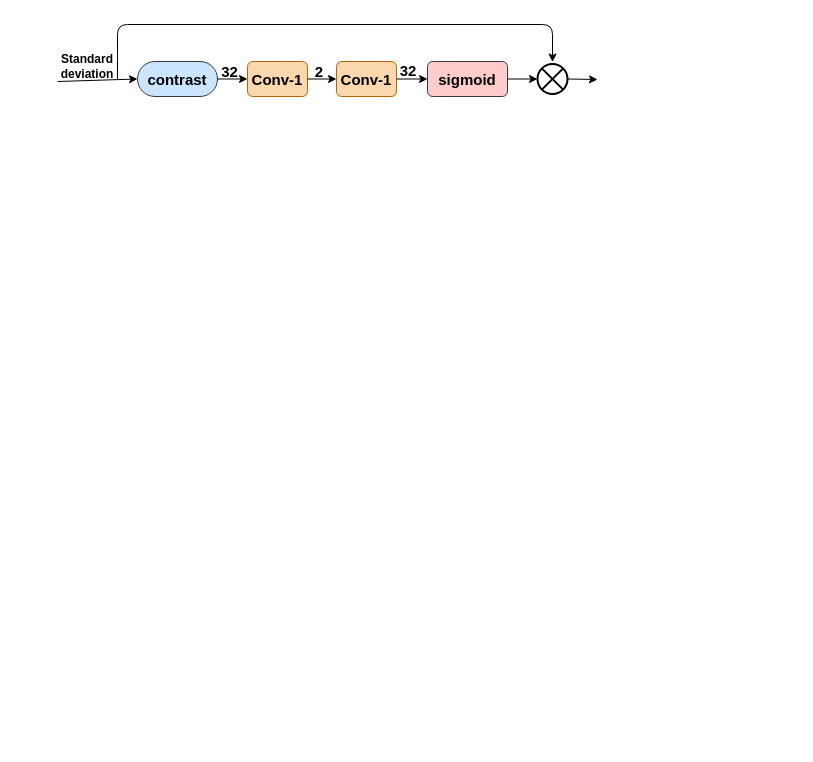
Before: cca.drawio in JiaqianLi/TEST, a draw.io diagram. Source tidied: cells renumbered, new cells numbered last; positions are measured from the earlier drawing's top-left corner, leaving out a move shared by most shapes. Both pictures are drawn from the tidied source at 100%, with x=0, y=0 at pixel (17, 24).
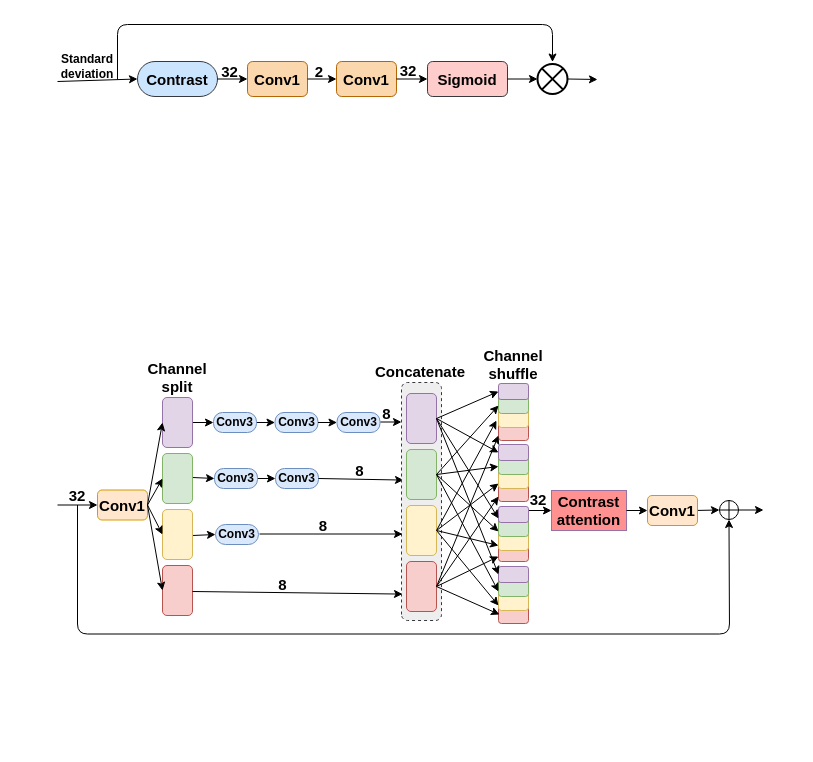
Above is the later version.

Change to the diagram source:
```diff
@@
-    <mxCell id="8" value="&lt;b style=&quot;font-size: 15px ; white-space: normal&quot;&gt;Conv-1&lt;/b&gt;" style="rounded=1;whiteSpace=wrap;html=1;fillColor=#fad7ac;strokeColor=#b46504;rotation=0;direction=north;" parent="1" vertex="1">
+    <mxCell id="8" value="&lt;b style=&quot;font-size: 15px ; white-space: normal&quot;&gt;Conv1&lt;/b&gt;" style="rounded=1;whiteSpace=wrap;html=1;fillColor=#fad7ac;strokeColor=#b46504;rotation=0;direction=north;" parent="1" vertex="1">
       <mxGeometry x="319" y="37" width="60" height="35" as="geometry" />
     </mxCell>
-    <mxCell id="9" value="&lt;font style=&quot;font-size: 15px&quot;&gt;&lt;b&gt;sigmoid&lt;/b&gt;&lt;/font&gt;" style="rounded=1;whiteSpace=wrap;html=1;fillColor=#ffcccc;strokeColor=#36393d;" parent="1" vertex="1">
+    <mxCell id="9" value="&lt;font style=&quot;font-size: 15px&quot;&gt;&lt;b&gt;Sigmoid&lt;/b&gt;&lt;/font&gt;" style="rounded=1;whiteSpace=wrap;html=1;fillColor=#ffcccc;strokeColor=#36393d;" parent="1" vertex="1">
       <mxGeometry x="410" y="37" width="80" height="35" as="geometry" />
     </mxCell>
-    <mxCell id="10" value="&lt;b style=&quot;font-size: 15px ; white-space: normal&quot;&gt;Conv-1&lt;/b&gt;" style="rounded=1;whiteSpace=wrap;html=1;fillColor=#fad7ac;strokeColor=#b46504;rotation=0;direction=north;" parent="1" vertex="1">
+    <mxCell id="10" value="&lt;b style=&quot;font-size: 15px ; white-space: normal&quot;&gt;Conv1&lt;/b&gt;" style="rounded=1;whiteSpace=wrap;html=1;fillColor=#fad7ac;strokeColor=#b46504;rotation=0;direction=north;" parent="1" vertex="1">
       <mxGeometry x="230" y="37" width="60" height="35" as="geometry" />
     </mxCell>
-    <mxCell id="11" value="&lt;font style=&quot;font-size: 15px&quot;&gt;&lt;b&gt;contrast&lt;/b&gt;&lt;/font&gt;" style="rounded=1;whiteSpace=wrap;html=1;fillColor=#cce5ff;strokeColor=#36393d;arcSize=50;" parent="1" vertex="1">
+    <mxCell id="11" value="&lt;font style=&quot;font-size: 15px&quot;&gt;&lt;b&gt;Contrast&lt;/b&gt;&lt;/font&gt;" style="rounded=1;whiteSpace=wrap;html=1;fillColor=#cce5ff;strokeColor=#36393d;arcSize=50;" parent="1" vertex="1">
       <mxGeometry x="120" y="37" width="80" height="35" as="geometry" />
     </mxCell>
@@
+    <mxCell id="18" style="group;rotation=-90;" parent="1" vertex="1">
+      <mxGeometry x="170" y="112" width="566" height="651" as="geometry" />
+    </mxCell>
+    <mxCell id="19" style="rounded=1;whiteSpace=wrap;html=1;fillColor=#f8cecc;strokeColor=#b85450;rotation=-90;" parent="18" vertex="1">
+      <mxGeometry x="-35" y="439" width="50" height="30" as="geometry" />
+    </mxCell>
+    <mxCell id="20" style="endArrow=classic;html=1;exitX=0.5;exitY=1;exitDx=0;exitDy=0;strokeWidth=1;entryX=0.111;entryY=0.025;entryDx=0;entryDy=0;entryPerimeter=0;" parent="18" edge="1" target="48">
+      <mxGeometry relative="1" as="geometry">
+        <mxPoint x="5" y="455" as="sourcePoint" />
+      </mxGeometry>
+    </mxCell>
+    <mxCell id="21" style="endArrow=classic;html=1;exitX=0.022;exitY=1.1;exitDx=0;exitDy=0;exitPerimeter=0;strokeWidth=1;entryX=0;entryY=0.5;entryDx=0;entryDy=0;" parent="18" edge="1" target="22">
+      <mxGeometry relative="1" as="geometry">
+        <mxPoint x="5" y="399" as="sourcePoint" />
+      </mxGeometry>
+    </mxCell>
+    <mxCell id="22" value="&lt;b&gt;Conv3&lt;/b&gt;" style="rounded=1;whiteSpace=wrap;html=1;fillColor=#dae8fc;strokeColor=#6c8ebf;arcSize=50;rotation=0;" parent="18" vertex="1">
+      <mxGeometry x="28" y="388" width="43" height="20" as="geometry" />
+    </mxCell>
+    <mxCell id="23" style="endArrow=classic;html=1;exitX=0.022;exitY=1.1;exitDx=0;exitDy=0;exitPerimeter=0;strokeWidth=1;entryX=0;entryY=0.5;entryDx=0;entryDy=0;" parent="18" edge="1" target="34">
+      <mxGeometry relative="1" as="geometry">
+        <mxPoint x="5" y="341" as="sourcePoint" />
+      </mxGeometry>
+    </mxCell>
+    <mxCell id="24" style="endArrow=classic;html=1;exitX=0.5;exitY=1;exitDx=0;exitDy=0;strokeWidth=1;entryX=0;entryY=0.5;entryDx=0;entryDy=0;" parent="18" edge="1" source="33" target="35">
+      <mxGeometry relative="1" as="geometry" />
+    </mxCell>
+    <mxCell id="25" style="endArrow=classic;html=1;strokeWidth=1;entryX=0;entryY=0.5;entryDx=0;entryDy=0;exitX=1;exitY=0.5;exitDx=0;exitDy=0;" parent="18" edge="1" source="35" target="26">
+      <mxGeometry relative="1" as="geometry" />
+    </mxCell>
+    <mxCell id="26" value="&lt;b&gt;Conv3&lt;/b&gt;" style="rounded=1;whiteSpace=wrap;html=1;fillColor=#dae8fc;strokeColor=#6c8ebf;arcSize=45;rotation=0;" parent="18" vertex="1">
+      <mxGeometry x="87.5" y="276" width="43" height="20" as="geometry" />
+    </mxCell>
+    <mxCell id="27" style="endArrow=classic;html=1;strokeWidth=1;entryX=0;entryY=0.5;entryDx=0;entryDy=0;exitX=1;exitY=0.5;exitDx=0;exitDy=0;" parent="18" edge="1" source="34" target="28">
+      <mxGeometry relative="1" as="geometry" />
+    </mxCell>
+    <mxCell id="28" value="&lt;b&gt;Conv3&lt;/b&gt;" style="rounded=1;whiteSpace=wrap;html=1;fillColor=#dae8fc;strokeColor=#6c8ebf;arcSize=45;rotation=0;" parent="18" vertex="1">
+      <mxGeometry x="88" y="332" width="43" height="20" as="geometry" />
+    </mxCell>
+    <mxCell id="29" style="endArrow=classic;html=1;exitX=1;exitY=0.5;exitDx=0;exitDy=0;strokeWidth=1;entryX=0;entryY=0.5;entryDx=0;entryDy=0;" parent="18" edge="1" source="26" target="30">
+      <mxGeometry relative="1" as="geometry" />
+    </mxCell>
+    <mxCell id="30" value="&lt;b&gt;Conv3&lt;/b&gt;" style="rounded=1;whiteSpace=wrap;html=1;fillColor=#dae8fc;strokeColor=#6c8ebf;arcSize=45;rotation=0;" parent="18" vertex="1">
+      <mxGeometry x="149.5" y="276" width="43" height="20" as="geometry" />
+    </mxCell>
+    <mxCell id="31" style="rounded=1;whiteSpace=wrap;html=1;fillColor=#fff2cc;strokeColor=#d6b656;rotation=-90;" parent="18" vertex="1">
+      <mxGeometry x="-35" y="383" width="50" height="30" as="geometry" />
+    </mxCell>
+    <mxCell id="32" style="rounded=1;whiteSpace=wrap;html=1;fillColor=#d5e8d4;strokeColor=#82b366;rotation=-90;" parent="18" vertex="1">
+      <mxGeometry x="-35" y="327" width="50" height="30" as="geometry" />
+    </mxCell>
+    <mxCell id="33" style="rounded=1;whiteSpace=wrap;html=1;fillColor=#e1d5e7;strokeColor=#9673a6;rotation=-90;" parent="18" vertex="1">
+      <mxGeometry x="-35" y="271" width="50" height="30" as="geometry" />
+    </mxCell>
+    <mxCell id="34" value="&lt;b&gt;Conv3&lt;/b&gt;" style="rounded=1;whiteSpace=wrap;html=1;fillColor=#dae8fc;strokeColor=#6c8ebf;arcSize=45;rotation=0;" parent="18" vertex="1">
+      <mxGeometry x="27" y="332" width="43" height="20" as="geometry" />
+    </mxCell>
+    <mxCell id="35" value="&lt;b&gt;Conv3&lt;/b&gt;" style="rounded=1;whiteSpace=wrap;html=1;fillColor=#dae8fc;strokeColor=#6c8ebf;arcSize=45;rotation=0;" parent="18" vertex="1">
+      <mxGeometry x="26" y="276" width="43" height="20" as="geometry" />
+    </mxCell>
+    <mxCell id="36" style="endArrow=classic;html=1;exitX=1;exitY=0.5;exitDx=0;exitDy=0;strokeWidth=1;entryX=0.59;entryY=0.05;entryDx=0;entryDy=0;entryPerimeter=0;" parent="18" edge="1" source="28" target="48">
+      <mxGeometry relative="1" as="geometry" />
+    </mxCell>
+    <mxCell id="37" style="endArrow=classic;html=1;exitX=0.022;exitY=1.1;exitDx=0;exitDy=0;exitPerimeter=0;strokeWidth=1;entryX=0;entryY=0.5;entryDx=0;entryDy=0;" parent="18" edge="1" target="38">
+      <mxGeometry relative="1" as="geometry">
+        <mxPoint x="340" y="374" as="sourcePoint" />
+      </mxGeometry>
+    </mxCell>
+    <mxCell id="38" value="&lt;b&gt;&lt;font style=&quot;font-size: 15px&quot;&gt;Contrast &lt;br&gt;attention&lt;/font&gt;&lt;/b&gt;" style="rounded=0;whiteSpace=wrap;html=1;fillColor=#FF9191;strokeColor=#9673a6;rotation=0;" parent="18" vertex="1">
+      <mxGeometry x="364" y="354" width="75" height="40" as="geometry" />
+    </mxCell>
+    <mxCell id="39" style="shape=orEllipse;perimeter=ellipsePerimeter;whiteSpace=wrap;html=1;backgroundOutline=1;rotation=-90;" parent="18" vertex="1">
+      <mxGeometry x="532" y="364" width="19" height="19" as="geometry" />
+    </mxCell>
+    <mxCell id="40" style="endArrow=classic;html=1;strokeWidth=1;entryX=0.5;entryY=0;entryDx=0;entryDy=0;exitX=1;exitY=0.5;exitDx=0;exitDy=0;" parent="18" edge="1" target="39">
+      <mxGeometry relative="1" as="geometry">
+        <mxPoint x="506" y="374" as="sourcePoint" />
+      </mxGeometry>
+    </mxCell>
+    <mxCell id="41" value="&lt;b&gt;&lt;font style=&quot;font-size: 15px&quot;&gt;Channel&lt;br&gt;split&lt;/font&gt;&lt;/b&gt;" style="rounded=0;whiteSpace=wrap;html=1;strokeColor=none;fillColor=none;rotation=0;" parent="18" vertex="1">
+      <mxGeometry x="-70" y="211" width="120" height="60" as="geometry" />
+    </mxCell>
+    <mxCell id="42" value="&lt;b&gt;&lt;font style=&quot;font-size: 15px&quot;&gt;Channel &lt;br&gt;shuffle&lt;/font&gt;&lt;/b&gt;" style="rounded=0;whiteSpace=wrap;html=1;strokeColor=none;fillColor=none;rotation=0;" parent="18" vertex="1">
+      <mxGeometry x="266" y="198" width="120" height="60" as="geometry" />
+    </mxCell>
+    <mxCell id="43" value="&lt;b&gt;&lt;font style=&quot;font-size: 15px&quot;&gt;Concatenate&lt;/font&gt;&lt;/b&gt;" style="rounded=0;whiteSpace=wrap;html=1;strokeColor=none;fillColor=none;rotation=0;" parent="18" vertex="1">
+      <mxGeometry x="173" y="205" width="120" height="60" as="geometry" />
+    </mxCell>
+    <mxCell id="44" style="endArrow=classic;html=1;strokeWidth=1;exitX=0.5;exitY=1;exitDx=0;exitDy=0;" parent="18" edge="1" source="39">
+      <mxGeometry relative="1" as="geometry">
+        <mxPoint x="576" y="373.5" as="targetPoint" />
+      </mxGeometry>
+    </mxCell>
+    <mxCell id="45" value="&lt;b&gt;&lt;font style=&quot;font-size: 15px&quot;&gt;8&lt;/font&gt;&lt;/b&gt;" style="rounded=0;whiteSpace=wrap;html=1;strokeColor=none;fillColor=none;rotation=0;" parent="18" vertex="1">
+      <mxGeometry x="63" y="431" width="65" height="34" as="geometry" />
+    </mxCell>
+    <mxCell id="46" value="&lt;b&gt;&lt;font style=&quot;font-size: 15px&quot;&gt;8&lt;/font&gt;&lt;/b&gt;" style="rounded=0;whiteSpace=wrap;html=1;strokeColor=none;fillColor=none;rotation=0;" parent="18" vertex="1">
+      <mxGeometry x="154.5" y="323.5" width="35" height="21" as="geometry" />
+    </mxCell>
+    <mxCell id="47" style="group;rotation=-90;" parent="18" vertex="1">
+      <mxGeometry x="167" y="285" width="241" height="162" as="geometry" />
+    </mxCell>
+    <mxCell id="48" style="rounded=1;whiteSpace=wrap;html=1;fillColor=#eeeeee;dashed=1;strokeColor=#36393d;rotation=-90;" parent="47" vertex="1">
+      <mxGeometry x="-52" y="60" width="238" height="40" as="geometry" />
+    </mxCell>
+    <mxCell id="49" style="endArrow=classic;html=1;strokeWidth=1;" parent="47" edge="1">
+      <mxGeometry relative="1" as="geometry">
+        <mxPoint x="26" y="0.5" as="sourcePoint" />
+        <mxPoint x="47" y="0.5" as="targetPoint" />
+      </mxGeometry>
+    </mxCell>
+    <mxCell id="50" style="rounded=1;whiteSpace=wrap;html=1;fillColor=#f8cecc;strokeColor=#b85450;rotation=-90;" parent="47" vertex="1">
+      <mxGeometry x="149" y="177" width="20" height="30" as="geometry" />
+    </mxCell>
+    <mxCell id="51" style="rounded=1;whiteSpace=wrap;html=1;fillColor=#fff2cc;strokeColor=#d6b656;rotation=-90;" parent="47" vertex="1">
+      <mxGeometry x="149" y="164" width="20" height="30" as="geometry" />
+    </mxCell>
+    <mxCell id="52" style="rounded=1;whiteSpace=wrap;html=1;fillColor=#d5e8d4;strokeColor=#82b366;rotation=-90;" parent="47" vertex="1">
+      <mxGeometry x="149" y="150" width="20" height="30" as="geometry" />
+    </mxCell>
+    <mxCell id="53" style="rounded=1;whiteSpace=wrap;html=1;fillColor=#e1d5e7;strokeColor=#9673a6;rotation=-90;" parent="47" vertex="1">
+      <mxGeometry x="151" y="138" width="16" height="30" as="geometry" />
+    </mxCell>
+    <mxCell id="54" style="rounded=1;whiteSpace=wrap;html=1;fillColor=#f8cecc;strokeColor=#b85450;rotation=-90;" parent="47" vertex="1">
+      <mxGeometry x="149" y="115" width="20" height="30" as="geometry" />
+    </mxCell>
+    <mxCell id="55" style="rounded=1;whiteSpace=wrap;html=1;fillColor=#fff2cc;strokeColor=#d6b656;rotation=-90;" parent="47" vertex="1">
+      <mxGeometry x="149" y="104" width="20" height="30" as="geometry" />
+    </mxCell>
+    <mxCell id="56" style="rounded=1;whiteSpace=wrap;html=1;fillColor=#d5e8d4;strokeColor=#82b366;rotation=-90;" parent="47" vertex="1">
+      <mxGeometry x="149" y="90" width="20" height="30" as="geometry" />
+    </mxCell>
+    <mxCell id="57" style="rounded=1;whiteSpace=wrap;html=1;fillColor=#e1d5e7;strokeColor=#9673a6;rotation=-90;" parent="47" vertex="1">
+      <mxGeometry x="151" y="78" width="16" height="30" as="geometry" />
+    </mxCell>
+    <mxCell id="58" style="rounded=1;whiteSpace=wrap;html=1;fillColor=#f8cecc;strokeColor=#b85450;rotation=-90;" parent="47" vertex="1">
+      <mxGeometry x="149" y="55" width="20" height="30" as="geometry" />
+    </mxCell>
+    <mxCell id="59" style="rounded=1;whiteSpace=wrap;html=1;fillColor=#fff2cc;strokeColor=#d6b656;rotation=-90;" parent="47" vertex="1">
+      <mxGeometry x="149" y="42" width="20" height="30" as="geometry" />
+    </mxCell>
+    <mxCell id="60" style="rounded=1;whiteSpace=wrap;html=1;fillColor=#d5e8d4;strokeColor=#82b366;rotation=-90;" parent="47" vertex="1">
+      <mxGeometry x="149" y="28" width="20" height="30" as="geometry" />
+    </mxCell>
+    <mxCell id="61" style="rounded=1;whiteSpace=wrap;html=1;fillColor=#e1d5e7;strokeColor=#9673a6;rotation=-90;" parent="47" vertex="1">
+      <mxGeometry x="151" y="16" width="16" height="30" as="geometry" />
+    </mxCell>
+    <mxCell id="62" style="rounded=1;whiteSpace=wrap;html=1;fillColor=#f8cecc;strokeColor=#b85450;rotation=-90;" parent="47" vertex="1">
+      <mxGeometry x="149" y="-6" width="20" height="30" as="geometry" />
+    </mxCell>
+    <mxCell id="63" style="rounded=1;whiteSpace=wrap;html=1;fillColor=#fff2cc;strokeColor=#d6b656;rotation=-90;" parent="47" vertex="1">
+      <mxGeometry x="149" y="-19" width="20" height="30" as="geometry" />
+    </mxCell>
+    <mxCell id="64" style="rounded=1;whiteSpace=wrap;html=1;fillColor=#d5e8d4;strokeColor=#82b366;rotation=-90;" parent="47" vertex="1">
+      <mxGeometry x="149" y="-33" width="20" height="30" as="geometry" />
+    </mxCell>
+    <mxCell id="65" style="rounded=1;whiteSpace=wrap;html=1;fillColor=#e1d5e7;strokeColor=#9673a6;rotation=-90;" parent="47" vertex="1">
+      <mxGeometry x="151" y="-45" width="16" height="30" as="geometry" />
+    </mxCell>
+    <mxCell id="66" style="endArrow=classic;html=1;strokeWidth=1;exitX=0.5;exitY=1;exitDx=0;exitDy=0;entryX=-0.2;entryY=0.033;entryDx=0;entryDy=0;entryPerimeter=0;" parent="47" edge="1" source="68" target="51">
+      <mxGeometry relative="1" as="geometry" />
+    </mxCell>
+    <mxCell id="67" style="endArrow=classic;html=1;strokeWidth=1;exitX=0.5;exitY=1;exitDx=0;exitDy=0;entryX=0.25;entryY=0;entryDx=0;entryDy=0;" parent="47" edge="1" source="69" target="51">
+      <mxGeometry relative="1" as="geometry" />
+    </mxCell>
+    <mxCell id="68" style="rounded=1;whiteSpace=wrap;html=1;fillColor=#f8cecc;strokeColor=#b85450;rotation=-90;" parent="47" vertex="1">
+      <mxGeometry x="42" y="150" width="50" height="30" as="geometry" />
+    </mxCell>
+    <mxCell id="69" style="rounded=1;whiteSpace=wrap;html=1;fillColor=#fff2cc;strokeColor=#d6b656;rotation=-90;" parent="47" vertex="1">
+      <mxGeometry x="42" y="94" width="50" height="30" as="geometry" />
+    </mxCell>
+    <mxCell id="70" style="rounded=1;whiteSpace=wrap;html=1;fillColor=#d5e8d4;strokeColor=#82b366;rotation=-90;" parent="47" vertex="1">
+      <mxGeometry x="42" y="38" width="50" height="30" as="geometry" />
+    </mxCell>
+    <mxCell id="71" style="rounded=1;whiteSpace=wrap;html=1;fillColor=#e1d5e7;strokeColor=#9673a6;rotation=-90;" parent="47" vertex="1">
+      <mxGeometry x="42" y="-18" width="50" height="30" as="geometry" />
+    </mxCell>
+    <mxCell id="72" style="endArrow=classic;html=1;strokeWidth=1;exitX=0.5;exitY=1;exitDx=0;exitDy=0;entryX=0.25;entryY=0;entryDx=0;entryDy=0;" parent="47" edge="1" source="70" target="52">
+      <mxGeometry relative="1" as="geometry" />
+    </mxCell>
+    <mxCell id="73" style="endArrow=classic;html=1;strokeWidth=1;exitX=0.5;exitY=1;exitDx=0;exitDy=0;entryX=0.5;entryY=0;entryDx=0;entryDy=0;" parent="47" edge="1" source="71" target="53">
+      <mxGeometry relative="1" as="geometry" />
+    </mxCell>
+    <mxCell id="74" style="endArrow=classic;html=1;strokeWidth=1;exitX=0.5;exitY=1;exitDx=0;exitDy=0;entryX=0.25;entryY=0;entryDx=0;entryDy=0;" parent="47" edge="1" source="68" target="54">
+      <mxGeometry relative="1" as="geometry" />
+    </mxCell>
+    <mxCell id="75" style="endArrow=classic;html=1;strokeWidth=1;exitX=0.5;exitY=1;exitDx=0;exitDy=0;entryX=0.25;entryY=0;entryDx=0;entryDy=0;" parent="47" edge="1" source="68" target="58">
+      <mxGeometry relative="1" as="geometry" />
+    </mxCell>
+    <mxCell id="76" style="endArrow=classic;html=1;strokeWidth=1;exitX=0.5;exitY=1;exitDx=0;exitDy=0;entryX=0.25;entryY=0;entryDx=0;entryDy=0;" parent="47" edge="1" source="68" target="62">
+      <mxGeometry relative="1" as="geometry" />
+    </mxCell>
+    <mxCell id="77" style="endArrow=classic;html=1;strokeWidth=1;exitX=0.5;exitY=1;exitDx=0;exitDy=0;entryX=0.25;entryY=0;entryDx=0;entryDy=0;" parent="47" edge="1" source="69" target="55">
+      <mxGeometry relative="1" as="geometry" />
+    </mxCell>
+    <mxCell id="78" style="endArrow=classic;html=1;strokeWidth=1;exitX=0.5;exitY=1;exitDx=0;exitDy=0;" parent="47" edge="1" source="69">
+      <mxGeometry relative="1" as="geometry">
+        <mxPoint x="144" y="62" as="targetPoint" />
+      </mxGeometry>
+    </mxCell>
+    <mxCell id="79" style="endArrow=classic;html=1;strokeWidth=1;exitX=0.5;exitY=1;exitDx=0;exitDy=0;" parent="47" edge="1" source="69">
+      <mxGeometry relative="1" as="geometry">
+        <mxPoint x="142" y="-1" as="targetPoint" />
+      </mxGeometry>
+    </mxCell>
+    <mxCell id="80" style="endArrow=classic;html=1;strokeWidth=1;exitX=0.5;exitY=1;exitDx=0;exitDy=0;entryX=0.25;entryY=0;entryDx=0;entryDy=0;" parent="47" edge="1" source="70" target="56">
+      <mxGeometry relative="1" as="geometry" />
+    </mxCell>
+    <mxCell id="81" style="endArrow=classic;html=1;strokeWidth=1;exitX=0.5;exitY=1;exitDx=0;exitDy=0;entryX=1.1;entryY=0;entryDx=0;entryDy=0;entryPerimeter=0;" parent="47" edge="1" source="70" target="59">
+      <mxGeometry relative="1" as="geometry" />
+    </mxCell>
+    <mxCell id="82" style="endArrow=classic;html=1;strokeWidth=1;exitX=0.5;exitY=1;exitDx=0;exitDy=0;entryX=1.1;entryY=0;entryDx=0;entryDy=0;entryPerimeter=0;" parent="47" edge="1" source="70" target="63">
+      <mxGeometry relative="1" as="geometry" />
+    </mxCell>
+    <mxCell id="83" style="endArrow=classic;html=1;strokeWidth=1;exitX=0.5;exitY=1;exitDx=0;exitDy=0;entryX=0.25;entryY=0;entryDx=0;entryDy=0;" parent="47" edge="1" source="71" target="57">
+      <mxGeometry relative="1" as="geometry" />
+    </mxCell>
+    <mxCell id="84" style="endArrow=classic;html=1;strokeWidth=1;exitX=0.5;exitY=1;exitDx=0;exitDy=0;entryX=0.5;entryY=0;entryDx=0;entryDy=0;" parent="47" edge="1" source="71" target="61">
+      <mxGeometry relative="1" as="geometry" />
+    </mxCell>
+    <mxCell id="85" style="endArrow=classic;html=1;strokeWidth=1;exitX=0.5;exitY=1;exitDx=0;exitDy=0;entryX=0.5;entryY=0;entryDx=0;entryDy=0;" parent="47" edge="1" source="71" target="65">
+      <mxGeometry relative="1" as="geometry" />
+    </mxCell>
+    <mxCell id="86" style="endArrow=classic;html=1;strokeWidth=1;" parent="47" edge="1">
+      <mxGeometry relative="1" as="geometry">
+        <mxPoint x="-95" y="112.5" as="sourcePoint" />
+        <mxPoint x="48" y="112.5" as="targetPoint" />
+      </mxGeometry>
+    </mxCell>
+    <mxCell id="87" value="&lt;span style=&quot;font-size: 15px&quot;&gt;&lt;b&gt;32&lt;/b&gt;&lt;/span&gt;" style="rounded=0;whiteSpace=wrap;html=1;strokeColor=none;fillColor=none;rotation=0;" parent="47" vertex="1">
+      <mxGeometry x="149" y="60" width="70" height="35" as="geometry" />
+    </mxCell>
+    <mxCell id="88" value="&lt;b&gt;&lt;font style=&quot;font-size: 15px&quot;&gt;Conv1&lt;/font&gt;&lt;/b&gt;" style="rounded=1;whiteSpace=wrap;html=1;fillColor=#ffe6cc;strokeColor=#d79b00;rotation=0;" parent="18" vertex="1">
+      <mxGeometry x="460" y="359" width="50" height="30" as="geometry" />
+    </mxCell>
+    <mxCell id="89" style="endArrow=classic;html=1;exitX=1;exitY=0.5;exitDx=0;exitDy=0;strokeWidth=1;entryX=0;entryY=0.5;entryDx=0;entryDy=0;" parent="18" edge="1" source="38" target="88">
+      <mxGeometry relative="1" as="geometry" />
+    </mxCell>
+    <mxCell id="90" value="&lt;b&gt;&lt;font style=&quot;font-size: 15px&quot;&gt;8&lt;/font&gt;&lt;/b&gt;" style="rounded=0;whiteSpace=wrap;html=1;strokeColor=none;fillColor=none;rotation=0;" parent="18" vertex="1">
+      <mxGeometry x="116" y="375" width="40" height="28" as="geometry" />
+    </mxCell>
+    <mxCell id="91" value="&lt;b&gt;&lt;font style=&quot;font-size: 15px&quot;&gt;8&lt;/font&gt;&lt;/b&gt;" style="rounded=0;whiteSpace=wrap;html=1;strokeColor=none;fillColor=none;rotation=0;" parent="18" vertex="1">
+      <mxGeometry x="185" y="265" width="29" height="24" as="geometry" />
+    </mxCell>
+    <mxCell id="92" value="&lt;b&gt;&lt;font style=&quot;font-size: 15px&quot;&gt;Conv1&lt;/font&gt;&lt;/b&gt;" style="rounded=1;whiteSpace=wrap;html=1;fillColor=#ffe6cc;strokeColor=#d79b00;rotation=0;" parent="1" vertex="1">
+      <mxGeometry x="80" y="465.5" width="50" height="30" as="geometry" />
+    </mxCell>
+    <mxCell id="93" style="endArrow=classic;html=1;strokeWidth=1;entryX=0.5;entryY=0;entryDx=0;entryDy=0;exitX=1;exitY=0.5;exitDx=0;exitDy=0;" parent="1" edge="1" source="92" target="31">
+      <mxGeometry relative="1" as="geometry" />
+    </mxCell>
+    <mxCell id="94" style="endArrow=classic;html=1;strokeWidth=1;exitX=1;exitY=0.5;exitDx=0;exitDy=0;entryX=0.5;entryY=0;entryDx=0;entryDy=0;" parent="1" edge="1" source="92" target="32">
+      <mxGeometry relative="1" as="geometry" />
+    </mxCell>
+    <mxCell id="95" style="endArrow=classic;html=1;strokeWidth=1;exitX=1;exitY=0.5;exitDx=0;exitDy=0;entryX=0.5;entryY=0;entryDx=0;entryDy=0;" parent="1" edge="1" source="92" target="33">
+      <mxGeometry relative="1" as="geometry" />
+    </mxCell>
+    <mxCell id="96" style="endArrow=classic;html=1;exitX=1;exitY=0.5;exitDx=0;exitDy=0;strokeWidth=1;entryX=0.5;entryY=0;entryDx=0;entryDy=0;" parent="1" edge="1" source="92" target="19">
+      <mxGeometry relative="1" as="geometry" />
+    </mxCell>
+    <mxCell id="97" style="endArrow=classic;html=1;strokeWidth=1;entryX=0;entryY=0.5;entryDx=0;entryDy=0;" parent="1" edge="1" target="92">
+      <mxGeometry relative="1" as="geometry">
+        <mxPoint x="40" y="480.5" as="sourcePoint" />
+      </mxGeometry>
+    </mxCell>
+    <mxCell id="98" value="&lt;b&gt;&lt;font style=&quot;font-size: 15px&quot;&gt;32&lt;/font&gt;&lt;/b&gt;" style="rounded=0;whiteSpace=wrap;html=1;strokeColor=none;fillColor=none;rotation=0;" parent="1" vertex="1">
+      <mxGeometry x="40" y="453.5" width="40" height="35" as="geometry" />
+    </mxCell>
+    <mxCell id="99" style="endArrow=classic;html=1;strokeWidth=1;spacing=0;entryX=0;entryY=0.5;entryDx=0;entryDy=0;" parent="1" edge="1" target="39">
+      <mxGeometry relative="1" as="geometry">
+        <mxPoint x="60" y="480.5" as="sourcePoint" />
+        <Array as="points">
+          <mxPoint x="60" y="609.5" />
+          <mxPoint x="712" y="609.5" />
+        </Array>
+      </mxGeometry>
+    </mxCell>
```
